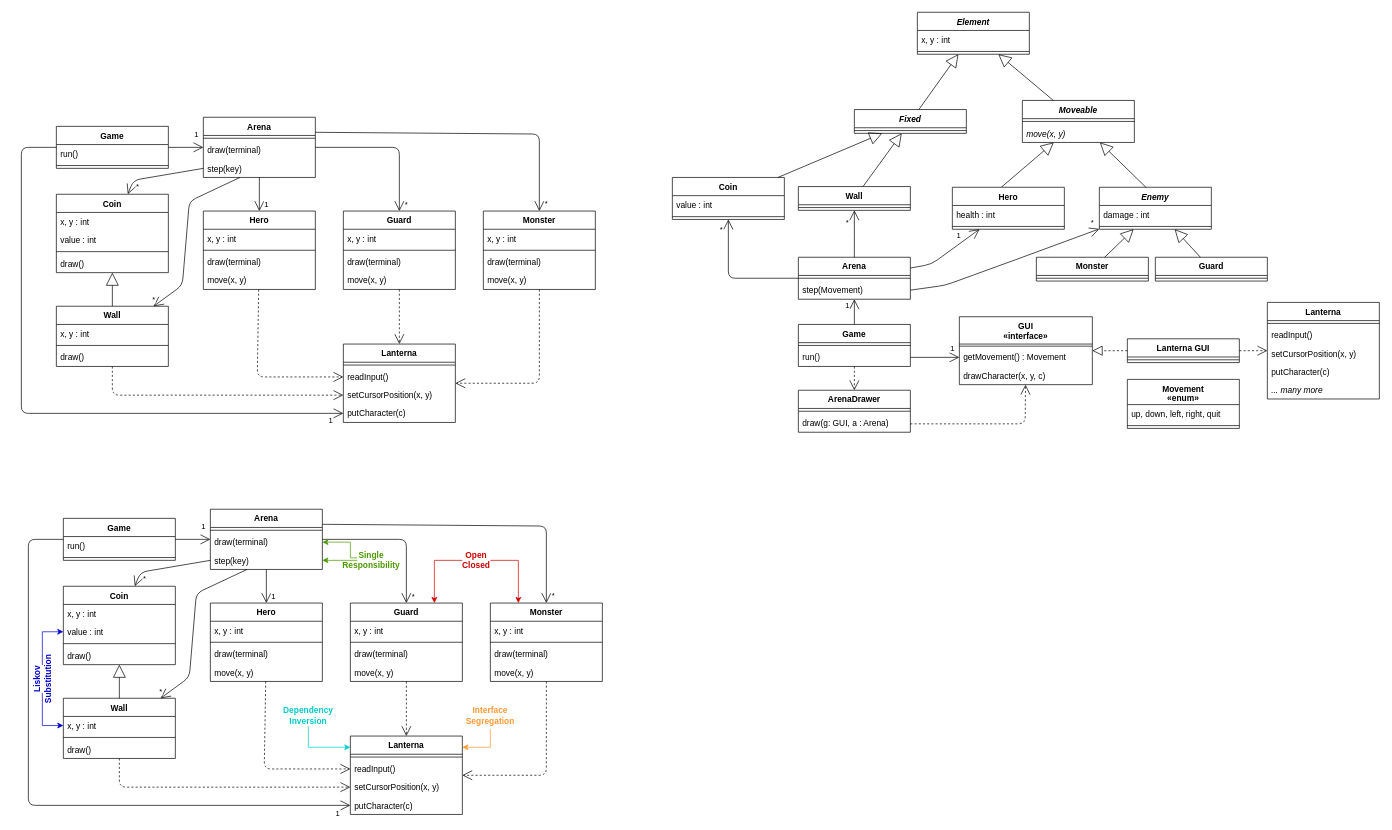
This is assets/solid/solid.drawio from arestivo/slides, a draw.io file, before an edit. Source tidied: cells renumbered, new cells numbered last; positions are measured from the earlier drawing's top-left corner, leaving out a move shared by most shapes. Both pictures are drawn from the tidied source at 70%, with x=0, y=0 at pixel (21, 12).
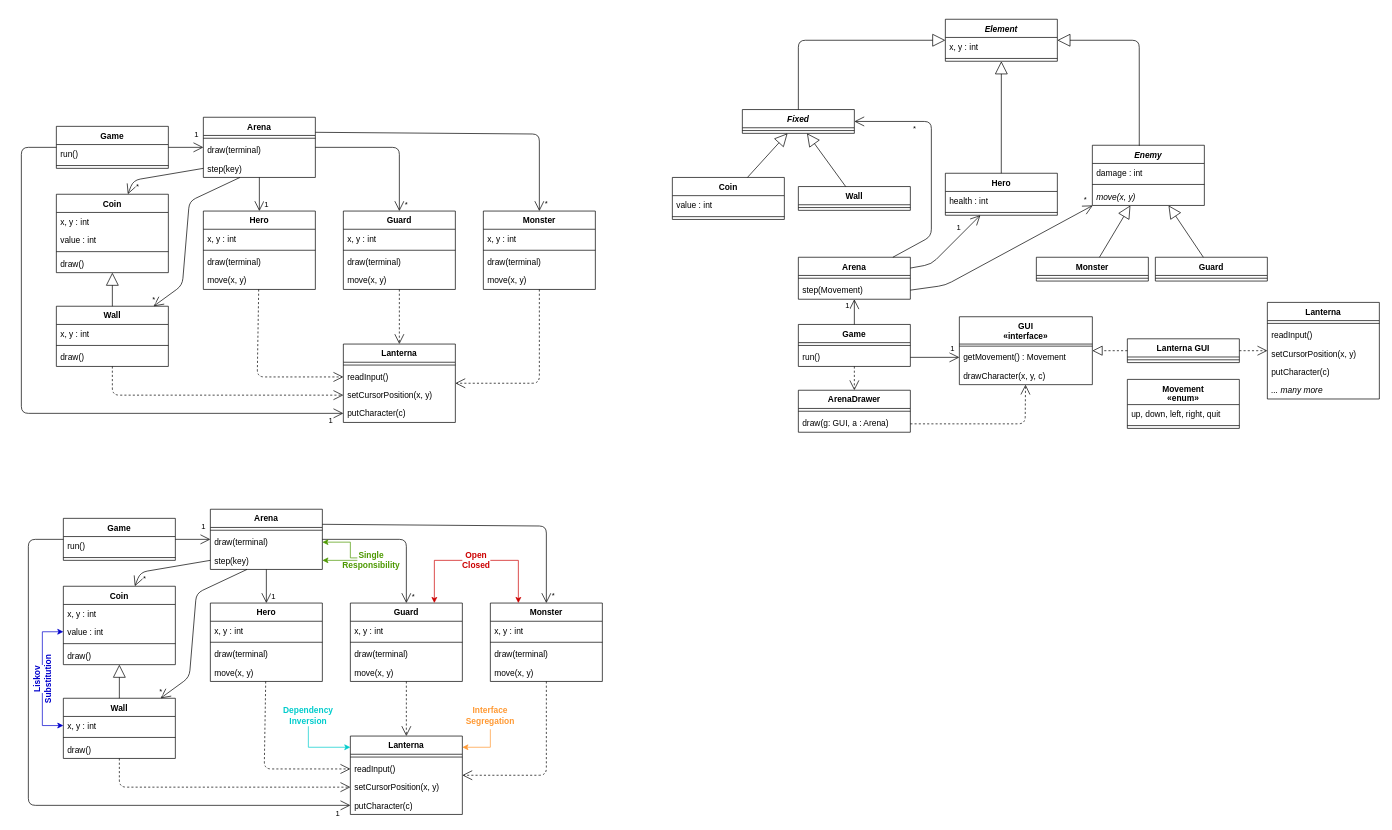
The same diagram, later.

Commit message (it also covers changes not shown here):
Updated solid design example

The change refers to these unchanged cells:
```xml
<mxCell id="111" value="Arena" style="swimlane;fontStyle=1;align=center;verticalAlign=top;horizontal=1;startSize=26;" parent="1" vertex="1">
  <mxGeometry x="1110" y="350" width="160" height="60" as="geometry" />
</mxCell>
<mxCell id="113" value="step(Movement)" style="text;strokeColor=none;fillColor=none;align=left;verticalAlign=top;spacingLeft=4;spacingRight=4;overflow=hidden;points=[[0,0.5],[1,0.5]];portConstraint=eastwest;" parent="111" vertex="1">
  <mxGeometry y="34" width="160" height="26" as="geometry" />
</mxCell>
<mxCell id="127" value="Wall" style="swimlane;fontStyle=1;align=center;verticalAlign=top;horizontal=1;startSize=26;" parent="1" vertex="1">
  <mxGeometry x="1110" y="249" width="160" height="34" as="geometry" />
</mxCell>
<mxCell id="129" value="Coin" style="swimlane;fontStyle=1;align=center;verticalAlign=top;horizontal=1;startSize=26;" parent="1" vertex="1">
  <mxGeometry x="930" y="236" width="160" height="60" as="geometry" />
</mxCell>
```

What changed in the source:
```diff
@@
-    <mxCell id="132" value="Moveable" style="swimlane;fontStyle=3;align=center;verticalAlign=top;horizontal=1;startSize=26;" parent="1" vertex="1">
-      <mxGeometry x="1430" y="126" width="160" height="60" as="geometry" />
-    </mxCell>
-    <mxCell id="133" style="line;strokeWidth=1;fillColor=none;align=left;verticalAlign=middle;spacingTop=-1;spacingLeft=3;spacingRight=3;labelPosition=right;" parent="132" vertex="1">
-      <mxGeometry y="26" width="160" height="8" as="geometry" />
-    </mxCell>
-    <mxCell id="134" value="move(x, y)" style="text;strokeColor=none;fillColor=none;align=left;verticalAlign=top;spacingLeft=4;spacingRight=4;overflow=hidden;fontStyle=2;" parent="132" vertex="1">
-      <mxGeometry y="34" width="160" height="26" as="geometry" />
-    </mxCell>
     <mxCell id="135" value="Element" style="swimlane;fontStyle=3;align=center;verticalAlign=top;horizontal=1;startSize=26;" parent="1" vertex="1">
-      <mxGeometry x="1280" width="160" height="60" as="geometry" />
+      <mxGeometry x="1320" y="10" width="160" height="60" as="geometry" />
     </mxCell>
@@
-    <mxCell id="138" style="endArrow=block;endSize=16;endFill=0;html=1;strokeColor=#000000;fontColor=#CC0000;" parent="1" edge="1" source="132" target="135">
-      <mxGeometry relative="1" as="geometry" />
-    </mxCell>
     <mxCell id="139" value="Enemy" style="swimlane;fontStyle=3;align=center;verticalAlign=top;horizontal=1;startSize=26;" parent="1" vertex="1">
-      <mxGeometry x="1540" y="250" width="160" height="60" as="geometry" />
+      <mxGeometry x="1530" y="190" width="160" height="86" as="geometry" />
     </mxCell>
@@
+    <mxCell id="134" value="move(x, y)" style="text;strokeColor=none;fillColor=none;align=left;verticalAlign=top;spacingLeft=4;spacingRight=4;overflow=hidden;fontStyle=2;" parent="139" vertex="1">
+      <mxGeometry y="60" width="160" height="26" as="geometry" />
+    </mxCell>
-    <mxCell id="142" style="endArrow=block;endSize=16;endFill=0;html=1;strokeColor=#000000;fontColor=#CC0000;" parent="1" edge="1" target="132">
+    <mxCell id="142" style="endArrow=block;endSize=16;endFill=0;html=1;strokeColor=#000000;fontColor=#CC0000;" parent="1" edge="1" target="135">
       <mxGeometry relative="1" as="geometry">
         <mxPoint x="1399.9" y="250" as="sourcePoint" />
       </mxGeometry>
     </mxCell>
-    <mxCell id="143" style="endArrow=block;endSize=16;endFill=0;html=1;strokeColor=#000000;fontColor=#CC0000;exitX=0.419;exitY=0.009;exitDx=0;exitDy=0;exitPerimeter=0;" parent="1" edge="1" source="139" target="132">
-      <mxGeometry relative="1" as="geometry" />
+    <mxCell id="143" style="endArrow=block;endSize=16;endFill=0;html=1;strokeColor=#000000;fontColor=#CC0000;exitX=0.419;exitY=0.009;exitDx=0;exitDy=0;exitPerimeter=0;" parent="1" edge="1" source="139" target="135">
+      <mxGeometry relative="1" as="geometry">
+        <Array as="points">
+          <mxPoint x="1597" y="40" />
+        </Array>
+      </mxGeometry>
     </mxCell>
@@
     <mxCell id="146" value="Fixed" style="swimlane;fontStyle=3;align=center;verticalAlign=top;horizontal=1;startSize=26;" parent="1" vertex="1">
-      <mxGeometry x="1190" y="139" width="160" height="34" as="geometry" />
+      <mxGeometry x="1030" y="139" width="160" height="34" as="geometry" />
     </mxCell>
@@
     <mxCell id="150" style="endArrow=block;endSize=16;endFill=0;html=1;strokeColor=#000000;fontColor=#CC0000;" parent="1" edge="1" source="146" target="135">
-      <mxGeometry relative="1" as="geometry" />
+      <mxGeometry relative="1" as="geometry">
+        <Array as="points">
+          <mxPoint x="1110" y="40" />
+        </Array>
+      </mxGeometry>
     </mxCell>
     <mxCell id="151" value="Hero" style="swimlane;fontStyle=1;align=center;verticalAlign=top;horizontal=1;startSize=26;" parent="1" vertex="1">
-      <mxGeometry x="1330" y="250" width="160" height="60" as="geometry" />
+      <mxGeometry x="1320" y="230" width="160" height="60" as="geometry" />
     </mxCell>
@@
-    <mxCell id="162" value="*" style="endArrow=open;endFill=1;endSize=12;html=1;" parent="1" edge="1" source="111" target="129">
-      <mxGeometry x="0.85" y="10" relative="1" as="geometry">
-        <Array as="points">
-          <mxPoint x="1010" y="380" />
-        </Array>
-      </mxGeometry>
-    </mxCell>
-    <mxCell id="163" value="*" style="endArrow=open;endFill=1;endSize=12;html=1;" parent="1" edge="1" source="111" target="127">
+    <mxCell id="163" value="*" style="endArrow=open;endFill=1;endSize=12;html=1;" parent="1" edge="1" source="111" target="146">
       <mxGeometry x="0.49" y="10" relative="1" as="geometry">
         <Array as="points">
-          <mxPoint x="1190" y="330" />
+          <mxPoint x="1300" y="320" />
+          <mxPoint x="1300" y="156" />
         </Array>
       </mxGeometry>
     </mxCell>
@@
     <mxCell id="165" value="*" style="endArrow=open;endFill=1;endSize=12;html=1;exitX=1;exitY=0.5;exitDx=0;exitDy=0;" parent="1" edge="1" source="113" target="139">
       <mxGeometry x="0.96" y="12" relative="1" as="geometry">
         <Array as="points">
           <mxPoint x="1320" y="390" />
-          <mxPoint x="1430" y="350" />
         </Array>
       </mxGeometry>
     </mxCell>
```
